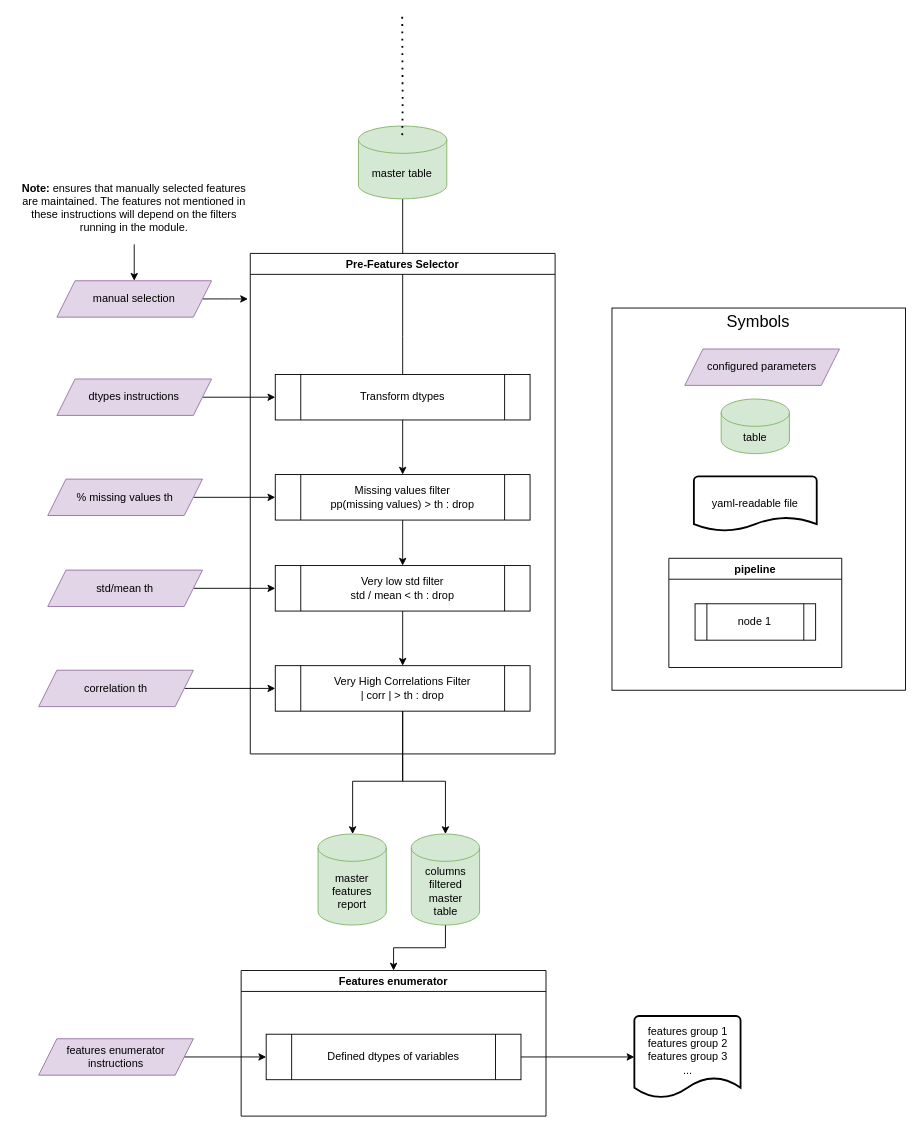
Before: page "HL schema" (1 of 2) of Untitled Diagram.drawio in FrancoZentilli/drawIO, a draw.io diagram. Source tidied: cells renumbered, new cells numbered last; positions are measured from the earlier drawing's top-left corner, leaving out a move shared by most shapes. Both pictures are drawn from the tidied source at 91%, with x=0, y=0 at pixel (15, 16).
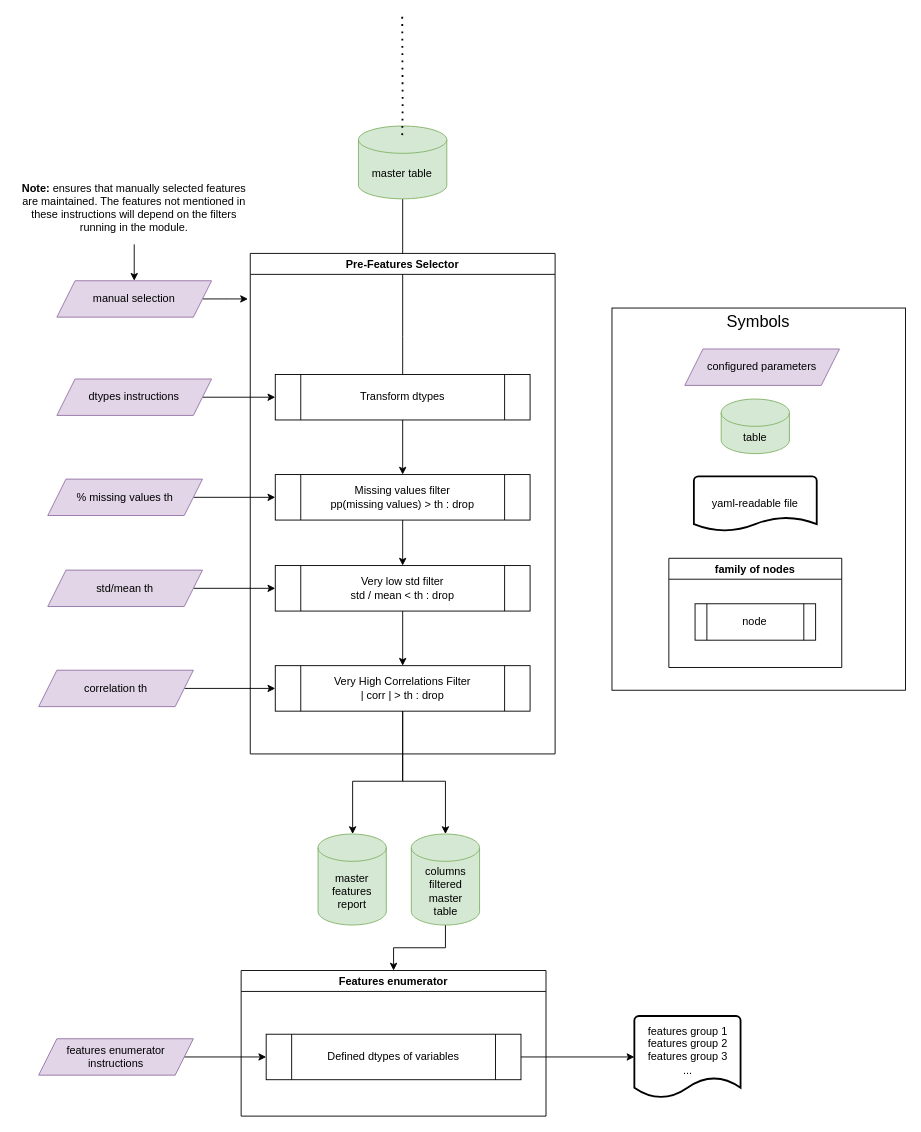
The same page after the edit.

What changed in the source:
```diff
@@
-    <mxCell id="33" value="pipeline" style="swimlane;" parent="1" vertex="1">
+    <mxCell id="33" value="family of nodes" style="swimlane;" parent="1" vertex="1">
       <mxGeometry x="717.5" y="595" width="190" height="120" as="geometry" />
     </mxCell>
-    <mxCell id="34" value="node 1" style="shape=process;whiteSpace=wrap;html=1;backgroundOutline=1;" parent="33" vertex="1">
+    <mxCell id="34" value="node" style="shape=process;whiteSpace=wrap;html=1;backgroundOutline=1;" parent="33" vertex="1">
       <mxGeometry x="28.8" y="50" width="132.5" height="40" as="geometry" />
     </mxCell>
```
